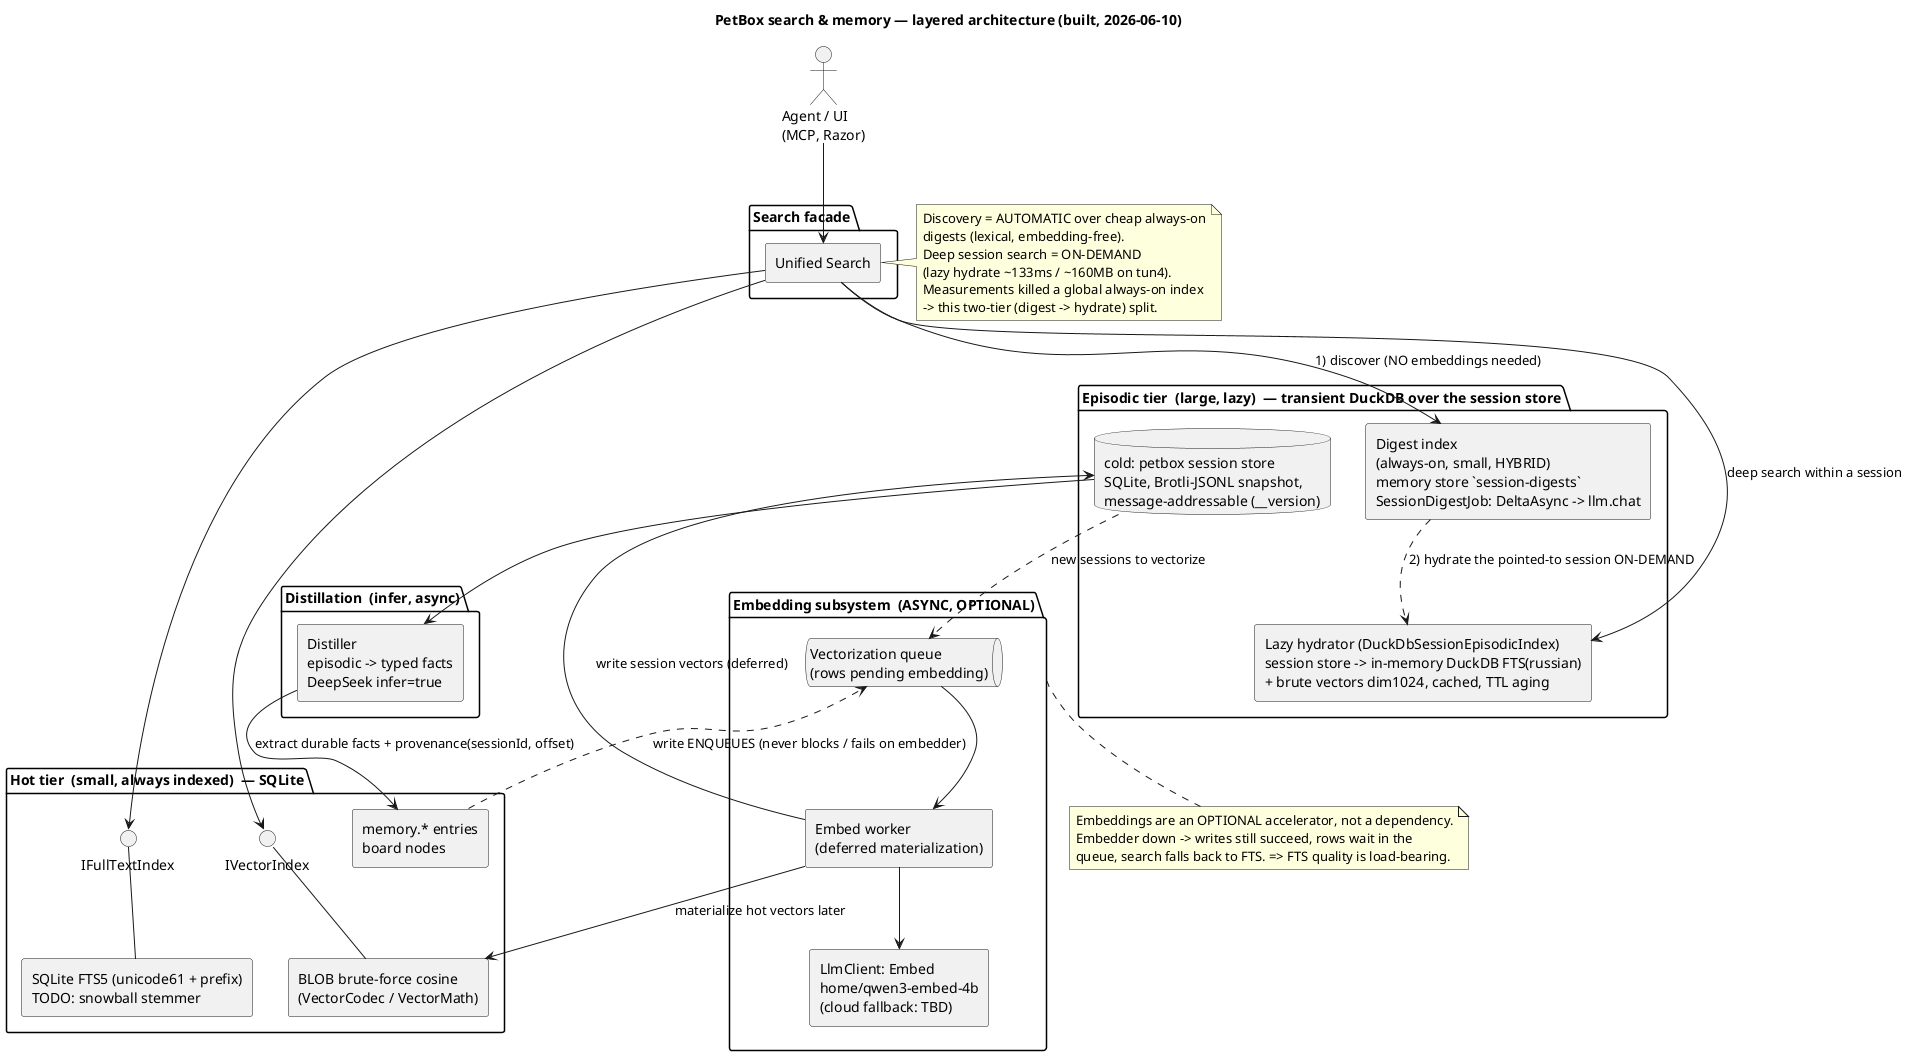
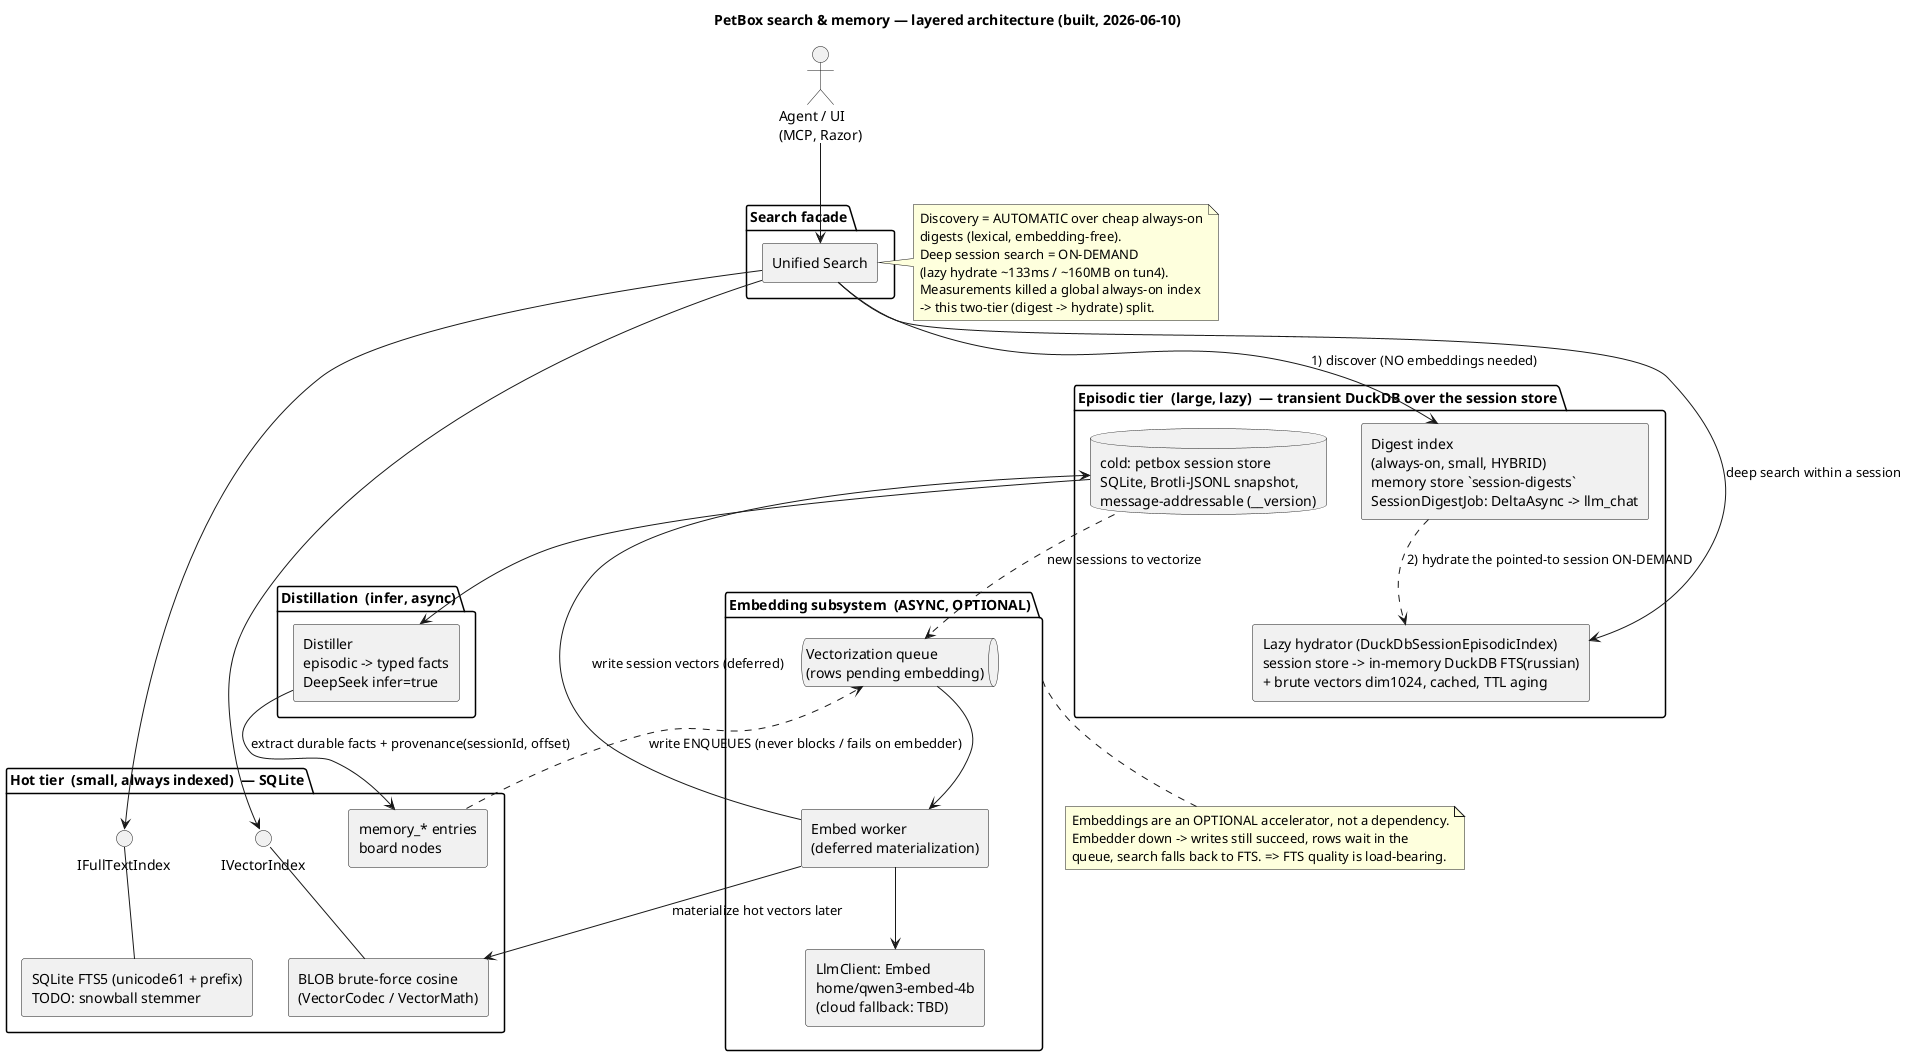
@startuml session-search-architecture
title PetBox search & memory — layered architecture (built, 2026-06-10)
skinparam componentStyle rectangle
skinparam shadowing false

actor "Agent / UI\n(MCP, Razor)" as client

package "Search facade" {
  [Unified Search] as facade
}

package "Hot tier  (small, always indexed)  — SQLite" as hot {
-   [memory.* entries\nboard nodes] as mem
+   [memory_* entries\nboard nodes] as mem
  interface IFullTextIndex as fti
  interface IVectorIndex as vi
  [SQLite FTS5 (unicode61 + prefix)\nTODO: snowball stemmer] as fts_hot
  [BLOB brute-force cosine\n(VectorCodec / VectorMath)] as vec_hot
}

package "Episodic tier  (large, lazy)  — transient DuckDB over the session store" as epi {
  database "cold: petbox session store\nSQLite, Brotli-JSONL snapshot,\nmessage-addressable (__version)" as cold
-   [Digest index\n(always-on, small, HYBRID)\nmemory store `session-digests`\nSessionDigestJob: DeltaAsync -> llm.chat] as digest
+   [Digest index\n(always-on, small, HYBRID)\nmemory store `session-digests`\nSessionDigestJob: DeltaAsync -> llm_chat] as digest
  [Lazy hydrator (DuckDbSessionEpisodicIndex)\nsession store -> in-memory DuckDB FTS(russian)\n+ brute vectors dim1024, cached, TTL aging] as hydr
}

package "Embedding subsystem  (ASYNC, OPTIONAL)" as emb {
  queue "Vectorization queue\n(rows pending embedding)" as q
  [Embed worker\n(deferred materialization)] as worker
  [LlmClient: Embed\nhome/qwen3-embed-4b\n(cloud fallback: TBD)] as embcli
}

package "Distillation  (infer, async)" as dist {
  [Distiller\nepisodic -> typed facts\nDeepSeek infer=true] as distiller
}

client --> facade
facade --> fti
facade --> vi
facade --> digest : 1) discover (NO embeddings needed)
digest ..> hydr  : 2) hydrate the pointed-to session ON-DEMAND
facade --> hydr  : deep search within a session
fti -- fts_hot
vi -- vec_hot

mem ..> q       : write ENQUEUES (never blocks / fails on embedder)
cold ..> q      : new sessions to vectorize
q --> worker
worker --> embcli
worker --> vec_hot : materialize hot vectors later
worker --> cold    : write session vectors (deferred)

cold --> distiller
distiller --> mem  : extract durable facts + provenance(sessionId, offset)

note right of facade
  Discovery = AUTOMATIC over cheap always-on
  digests (lexical, embedding-free).
  Deep session search = ON-DEMAND
  (lazy hydrate ~133ms / ~160MB on tun4).
  Measurements killed a global always-on index
  -> this two-tier (digest -> hydrate) split.
end note

note bottom of emb
  Embeddings are an OPTIONAL accelerator, not a dependency.
  Embedder down -> writes still succeed, rows wait in the
  queue, search falls back to FTS. => FTS quality is load-bearing.
end note
@enduml
